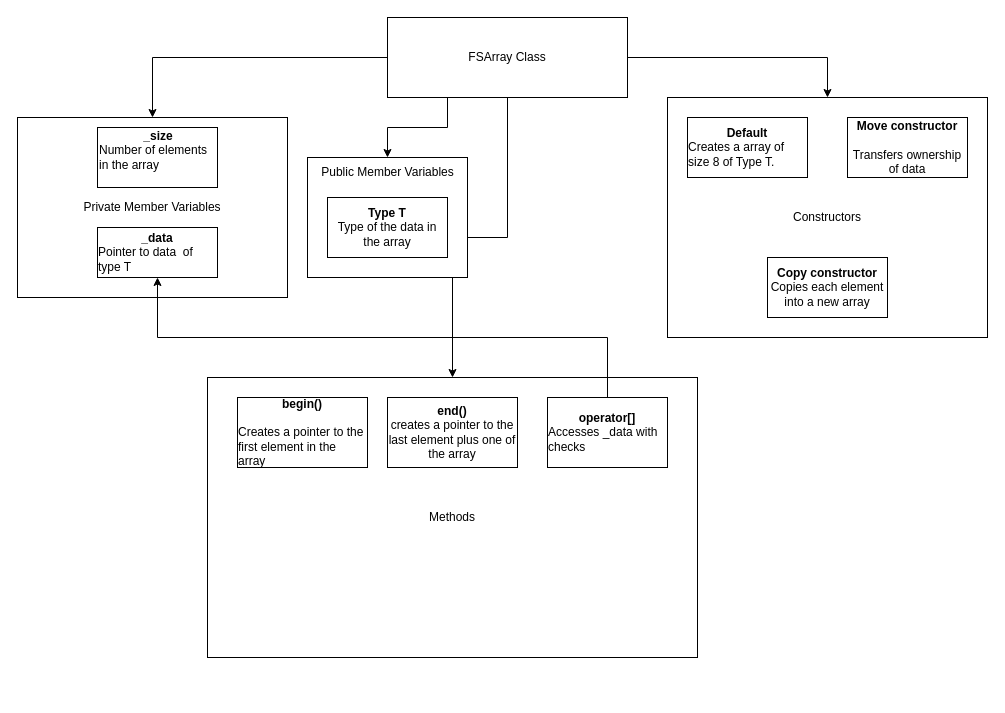
This is images/basic_array_diagram.drawio from AshSchultz/BasicArray, a draw.io file, before an edit. Source tidied: cells renumbered, new cells numbered last; positions are measured from the earlier drawing's top-left corner, leaving out a move shared by most shapes. Both pictures are drawn from the tidied source at 100%, with x=0, y=0 at pixel (17, 17).
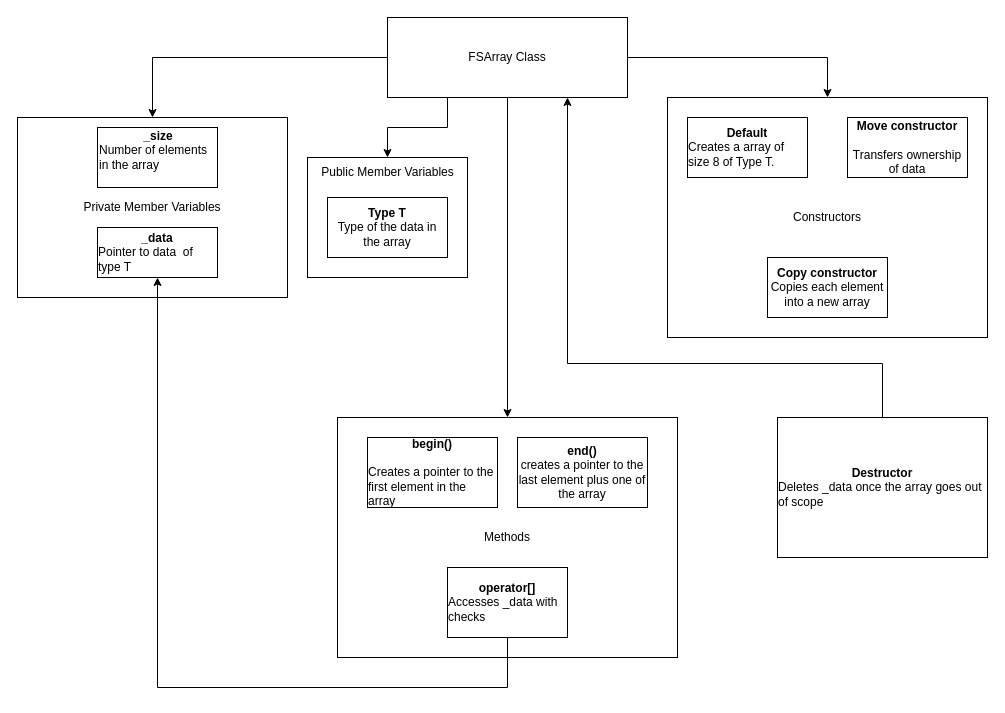
After the change.

Unchanged cells that the change refers to:
```xml
<mxCell id="7" value="&lt;div&gt;FSArray Class&lt;/div&gt;" style="rounded=1;whiteSpace=wrap;html=1;fontSize=12;glass=0;strokeWidth=1;shadow=0;arcSize=0;" parent="1" vertex="1">
  <mxGeometry x="370" width="240" height="80" as="geometry" />
</mxCell>
<mxCell id="9" value="&lt;div&gt;&lt;b&gt;_data&lt;/b&gt;&lt;/div&gt;&lt;div align=&quot;left&quot;&gt;Pointer to data&amp;nbsp; of type T&lt;br&gt;&lt;/div&gt;" style="rounded=0;whiteSpace=wrap;html=1;" parent="1" vertex="1">
  <mxGeometry x="80" y="210" width="120" height="50" as="geometry" />
</mxCell>
```

Diff of the diagram source:
```diff
@@
     <mxCell id="14" value="Methods" style="rounded=0;whiteSpace=wrap;html=1;" parent="1" vertex="1">
-      <mxGeometry x="190" y="360" width="490" height="280" as="geometry" />
+      <mxGeometry x="320" y="400" width="340" height="240" as="geometry" />
     </mxCell>
@@
     <mxCell id="18" value="&lt;div&gt;&lt;b&gt;begin()&lt;/b&gt;&lt;/div&gt;&lt;div&gt;&lt;br&gt;&lt;/div&gt;&lt;div align=&quot;left&quot;&gt;Creates a pointer to the first element in the array&lt;br&gt;&lt;/div&gt;" style="rounded=0;whiteSpace=wrap;html=1;" parent="1" vertex="1">
-      <mxGeometry x="220" y="380" width="130" height="70" as="geometry" />
+      <mxGeometry x="350" y="420" width="130" height="70" as="geometry" />
     </mxCell>
     <mxCell id="19" value="&lt;div&gt;&lt;b&gt;end()&lt;/b&gt;&lt;/div&gt;&lt;div&gt;creates a pointer to the last element plus one of the array&lt;br&gt;&lt;/div&gt;" style="rounded=0;whiteSpace=wrap;html=1;" parent="1" vertex="1">
-      <mxGeometry x="370" y="380" width="130" height="70" as="geometry" />
+      <mxGeometry x="500" y="420" width="130" height="70" as="geometry" />
     </mxCell>
-    <mxCell id="20" style="edgeStyle=orthogonalEdgeStyle;rounded=0;jettySize=auto;html=1;exitX=0.5;exitY=0;exitDx=0;exitDy=0;entryX=0.5;entryY=1;entryDx=0;entryDy=0;" parent="1" edge="1" source="21" target="9">
-      <mxGeometry relative="1" as="geometry" />
+    <mxCell id="20" style="edgeStyle=orthogonalEdgeStyle;rounded=0;jettySize=auto;html=1;exitX=0.5;exitY=1;exitDx=0;exitDy=0;entryX=0.5;entryY=1;entryDx=0;entryDy=0;" parent="1" edge="1" source="21" target="9">
+      <mxGeometry relative="1" as="geometry">
+        <Array as="points">
+          <mxPoint x="490" y="670" />
+          <mxPoint x="140" y="670" />
+        </Array>
+      </mxGeometry>
     </mxCell>
     <mxCell id="21" value="&lt;div&gt;&lt;b&gt;operator[]&lt;/b&gt;&lt;/div&gt;&lt;div align=&quot;left&quot;&gt;Accesses _data with checks&lt;br&gt;&lt;/div&gt;" style="rounded=0;whiteSpace=wrap;html=1;" parent="1" vertex="1">
-      <mxGeometry x="530" y="380" width="120" height="70" as="geometry" />
+      <mxGeometry x="430" y="550" width="120" height="70" as="geometry" />
     </mxCell>
+    <mxCell id="22" style="edgeStyle=orthogonalEdgeStyle;rounded=0;jettySize=auto;html=1;exitX=0.5;exitY=0;exitDx=0;exitDy=0;entryX=0.75;entryY=1;entryDx=0;entryDy=0;" parent="1" edge="1" source="23" target="7">
+      <mxGeometry relative="1" as="geometry">
+        <Array as="points">
+          <mxPoint x="865" y="346" />
+          <mxPoint x="550" y="346" />
+        </Array>
+      </mxGeometry>
+    </mxCell>
+    <mxCell id="23" value="&lt;div&gt;&lt;b&gt;Destructor&lt;/b&gt;&lt;/div&gt;&lt;div align=&quot;left&quot;&gt;Deletes _data once the array goes out of scope&lt;br&gt;&lt;/div&gt;" style="rounded=0;whiteSpace=wrap;html=1;" parent="1" vertex="1">
+      <mxGeometry x="760" y="400" width="210" height="140" as="geometry" />
+    </mxCell>
```
